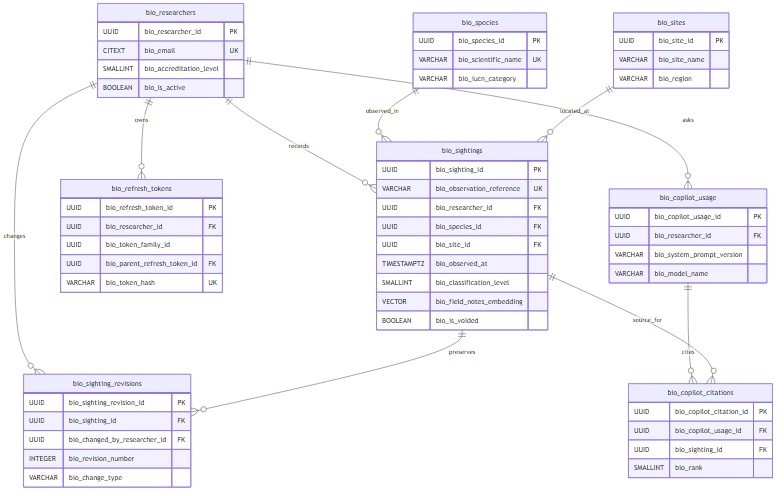
The Mermaid diagram modelo_entidad_relacion.png in Danieloid3/Bioma_App, before a commit. Its source is kept beside it as modelo_entidad_relacion.mmd. Its diagram source:
```mermaid
erDiagram
    bio_researchers ||--o{ bio_sightings : records
    bio_species ||--o{ bio_sightings : observed_in
    bio_sites ||--o{ bio_sightings : located_at
    bio_researchers ||--o{ bio_sighting_revisions : changes
    bio_sightings ||--o{ bio_sighting_revisions : preserves
    bio_researchers ||--o{ bio_refresh_tokens : owns
    bio_researchers ||--o{ bio_copilot_usage : asks
    bio_copilot_usage ||--o{ bio_copilot_citations : cites
    bio_sightings ||--o{ bio_copilot_citations : source_for

    bio_researchers {
        UUID bio_researcher_id PK
        CITEXT bio_email UK
        SMALLINT bio_accreditation_level
        BOOLEAN bio_is_active
    }
    bio_species {
        UUID bio_species_id PK
        VARCHAR bio_scientific_name UK
        VARCHAR bio_iucn_category
    }
    bio_sites {
        UUID bio_site_id PK
        VARCHAR bio_site_name
        VARCHAR bio_region
    }
    bio_sightings {
        UUID bio_sighting_id PK
        VARCHAR bio_observation_reference UK
        UUID bio_researcher_id FK
        UUID bio_species_id FK
        UUID bio_site_id FK
        TIMESTAMPTZ bio_observed_at
        SMALLINT bio_classification_level
        VECTOR bio_field_notes_embedding
        BOOLEAN bio_is_voided
    }
    bio_sighting_revisions {
        UUID bio_sighting_revision_id PK
        UUID bio_sighting_id FK
        UUID bio_changed_by_researcher_id FK
        INTEGER bio_revision_number
        VARCHAR bio_change_type
    }
    bio_refresh_tokens {
        UUID bio_refresh_token_id PK
        UUID bio_researcher_id FK
        UUID bio_token_family_id
        UUID bio_parent_refresh_token_id FK
        VARCHAR bio_token_hash UK
    }
    bio_copilot_usage {
        UUID bio_copilot_usage_id PK
        UUID bio_researcher_id FK
        VARCHAR bio_system_prompt_version
        VARCHAR bio_model_name
    }
    bio_copilot_citations {
        UUID bio_copilot_citation_id PK
        UUID bio_copilot_usage_id FK
        UUID bio_sighting_id FK
        SMALLINT bio_rank
    }
```
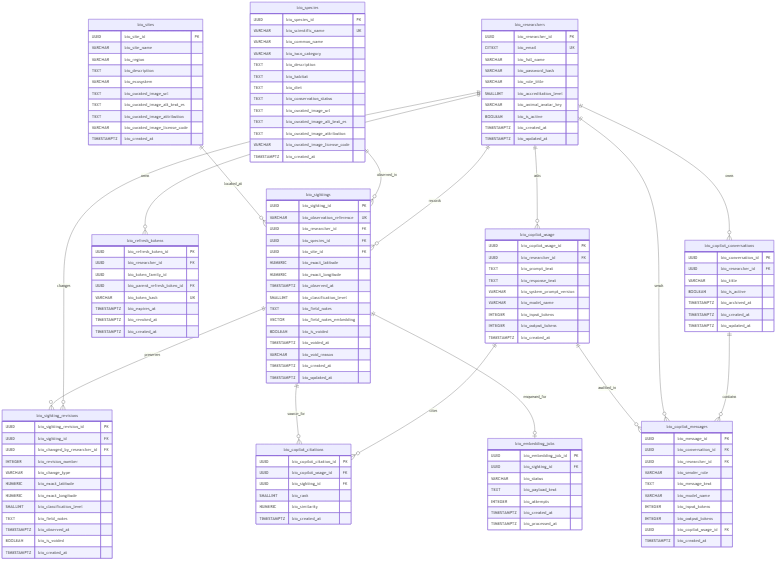
The same file after the commit.

Diff of the diagram source:
```diff
@@ -8,57 +8,149 @@
     bio_researchers ||--o{ bio_copilot_usage : asks
     bio_copilot_usage ||--o{ bio_copilot_citations : cites
     bio_sightings ||--o{ bio_copilot_citations : source_for
+    bio_researchers ||--o{ bio_copilot_conversations : owns
+    bio_copilot_conversations ||--o{ bio_copilot_messages : contains
+    bio_researchers ||--o{ bio_copilot_messages : sends
+    bio_copilot_usage ||--o{ bio_copilot_messages : audited_in
+    bio_sightings ||--o| bio_embedding_jobs : enqueued_for
 
     bio_researchers {
         UUID bio_researcher_id PK
         CITEXT bio_email UK
+        VARCHAR bio_full_name
+        VARCHAR bio_password_hash
+        VARCHAR bio_role_title
         SMALLINT bio_accreditation_level
+        VARCHAR bio_animal_avatar_key
         BOOLEAN bio_is_active
+        TIMESTAMPTZ bio_created_at
+        TIMESTAMPTZ bio_updated_at
     }
+
     bio_species {
         UUID bio_species_id PK
         VARCHAR bio_scientific_name UK
+        VARCHAR bio_common_name
         VARCHAR bio_iucn_category
+        TEXT bio_description
+        TEXT bio_habitat
+        TEXT bio_diet
+        TEXT bio_conservation_status
+        TEXT bio_curated_image_url
+        TEXT bio_curated_image_alt_text_es
+        TEXT bio_curated_image_attribution
+        VARCHAR bio_curated_image_license_code
+        TIMESTAMPTZ bio_created_at
     }
+
     bio_sites {
         UUID bio_site_id PK
         VARCHAR bio_site_name
         VARCHAR bio_region
+        TEXT bio_description
+        VARCHAR bio_ecosystem
+        TEXT bio_curated_image_url
+        TEXT bio_curated_image_alt_text_es
+        TEXT bio_curated_image_attribution
+        VARCHAR bio_curated_image_license_code
+        TIMESTAMPTZ bio_created_at
     }
+
     bio_sightings {
         UUID bio_sighting_id PK
         VARCHAR bio_observation_reference UK
         UUID bio_researcher_id FK
         UUID bio_species_id FK
         UUID bio_site_id FK
+        NUMERIC bio_exact_latitude
+        NUMERIC bio_exact_longitude
         TIMESTAMPTZ bio_observed_at
         SMALLINT bio_classification_level
+        TEXT bio_field_notes
         VECTOR bio_field_notes_embedding
         BOOLEAN bio_is_voided
+        TIMESTAMPTZ bio_voided_at
+        VARCHAR bio_void_reason
+        TIMESTAMPTZ bio_created_at
+        TIMESTAMPTZ bio_updated_at
     }
+
     bio_sighting_revisions {
         UUID bio_sighting_revision_id PK
         UUID bio_sighting_id FK
         UUID bio_changed_by_researcher_id FK
         INTEGER bio_revision_number
         VARCHAR bio_change_type
+        NUMERIC bio_exact_latitude
+        NUMERIC bio_exact_longitude
+        SMALLINT bio_classification_level
+        TEXT bio_field_notes
+        TIMESTAMPTZ bio_observed_at
+        BOOLEAN bio_is_voided
+        TIMESTAMPTZ bio_created_at
     }
+
     bio_refresh_tokens {
         UUID bio_refresh_token_id PK
         UUID bio_researcher_id FK
         UUID bio_token_family_id
         UUID bio_parent_refresh_token_id FK
         VARCHAR bio_token_hash UK
+        TIMESTAMPTZ bio_expires_at
+        TIMESTAMPTZ bio_revoked_at
+        TIMESTAMPTZ bio_created_at
     }
+
+    bio_copilot_conversations {
+        UUID bio_conversation_id PK
+        UUID bio_researcher_id FK
+        VARCHAR bio_title
+        BOOLEAN bio_is_active
+        TIMESTAMPTZ bio_archived_at
+        TIMESTAMPTZ bio_created_at
+        TIMESTAMPTZ bio_updated_at
+    }
+
+    bio_copilot_messages {
+        UUID bio_message_id PK
+        UUID bio_conversation_id FK
+        UUID bio_researcher_id FK
+        VARCHAR bio_sender_role
+        TEXT bio_message_text
+        VARCHAR bio_model_name
+        INTEGER bio_input_tokens
+        INTEGER bio_output_tokens
+        UUID bio_copilot_usage_id FK
+        TIMESTAMPTZ bio_created_at
+    }
+
     bio_copilot_usage {
         UUID bio_copilot_usage_id PK
         UUID bio_researcher_id FK
+        TEXT bio_prompt_text
+        TEXT bio_response_text
         VARCHAR bio_system_prompt_version
         VARCHAR bio_model_name
+        INTEGER bio_input_tokens
+        INTEGER bio_output_tokens
+        TIMESTAMPTZ bio_created_at
     }
+
     bio_copilot_citations {
         UUID bio_copilot_citation_id PK
         UUID bio_copilot_usage_id FK
         UUID bio_sighting_id FK
         SMALLINT bio_rank
+        NUMERIC bio_similarity
+        TIMESTAMPTZ bio_created_at
     }
+
+    bio_embedding_jobs {
+        UUID bio_embedding_job_id PK
+        UUID bio_sighting_id FK
+        VARCHAR bio_status
+        TEXT bio_payload_text
+        INTEGER bio_attempts
+        TIMESTAMPTZ bio_created_at
+        TIMESTAMPTZ bio_processed_at
+    }
```
